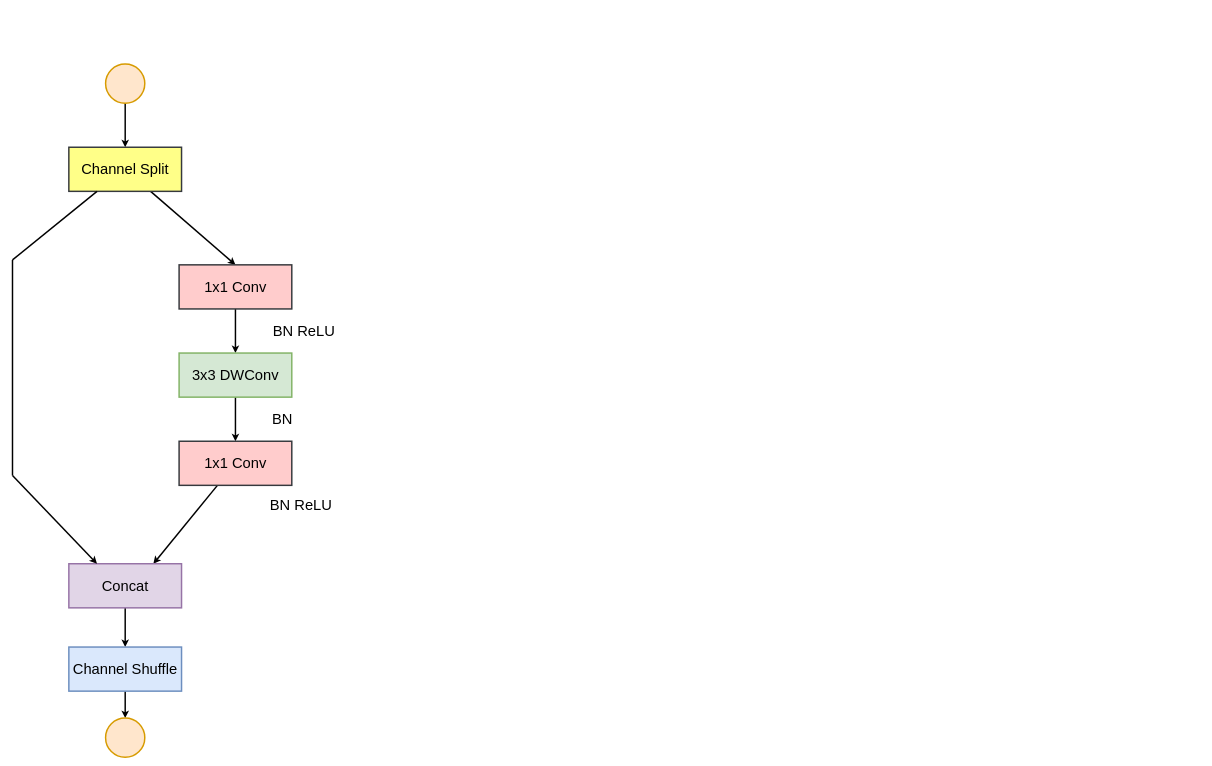
Before: page "Page-5" (5 of 7) of chapter_sota/assets/depthwise_separable_conv.drawio in N0ciple/latex-these, a draw.io diagram. Source tidied: cells renumbered, new cells numbered last; positions are measured from the earlier drawing's top-left corner, leaving out a move shared by most shapes. Both pictures are drawn from the tidied source at 49%, with x=0, y=0 at pixel (12, 64).
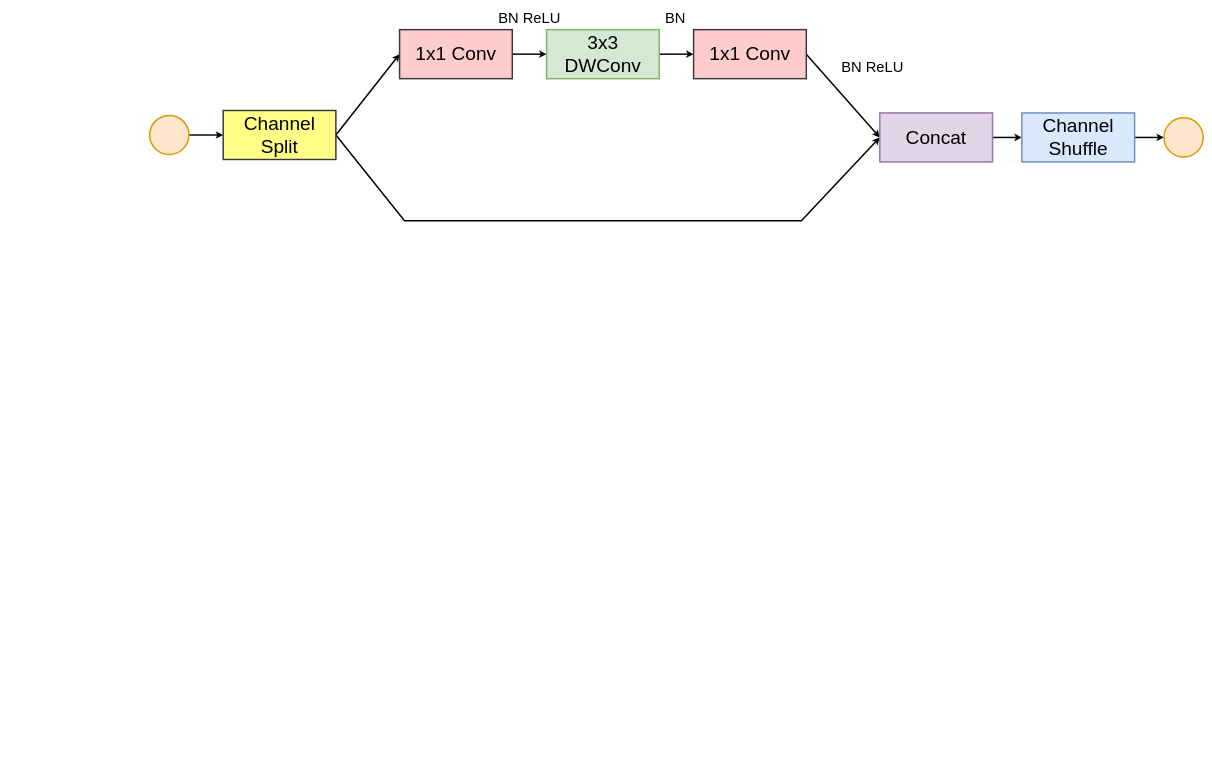
After the change.

The edit, as a diff of the source:
```diff
@@
-    <mxCell id="2" style="edgeStyle=orthogonalEdgeStyle;rounded=0;jettySize=auto;html=1;entryX=0.5;entryY=0;entryDx=0;entryDy=0;strokeWidth=3;" parent="1" edge="1" source="3" target="5">
+    <mxCell id="2" style="edgeStyle=orthogonalEdgeStyle;rounded=0;jettySize=auto;html=1;entryX=0;entryY=0.5;entryDx=0;entryDy=0;strokeWidth=3;" parent="1" edge="1" source="3" target="5">
       <mxGeometry relative="1" as="geometry" />
     </mxCell>
     <mxCell id="3" style="ellipse;whiteSpace=wrap;html=1;strokeWidth=3;fillColor=#ffe6cc;strokeColor=#d79b00;" parent="1" vertex="1">
-      <mxGeometry x="190" width="80" height="80" as="geometry" />
+      <mxGeometry x="280" y="105" width="80" height="80" as="geometry" />
     </mxCell>
-    <mxCell id="4" style="rounded=0;jettySize=auto;html=1;entryX=0.5;entryY=0;entryDx=0;entryDy=0;strokeWidth=3;" parent="1" edge="1" source="5" target="7">
+    <mxCell id="4" style="rounded=0;jettySize=auto;html=1;entryX=0;entryY=0.5;entryDx=0;entryDy=0;strokeWidth=3;exitX=1;exitY=0.5;exitDx=0;exitDy=0;" parent="1" edge="1" source="5" target="7">
       <mxGeometry relative="1" as="geometry" />
     </mxCell>
+    <mxCell id="23" style="rounded=0;jettySize=auto;html=1;entryX=0;entryY=0.5;entryDx=0;entryDy=0;exitX=1;exitY=0.5;exitDx=0;exitDy=0;strokeWidth=3;" parent="1" edge="1" source="5" target="13">
+      <mxGeometry relative="1" as="geometry">
+        <Array as="points">
+          <mxPoint x="800" y="320" />
+          <mxPoint x="1610" y="320" />
+        </Array>
+      </mxGeometry>
+    </mxCell>
-    <mxCell id="5" value="&lt;font style=&quot;font-size: 30px;&quot;&gt;Channel Split&lt;/font&gt;" style="rounded=0;whiteSpace=wrap;html=1;strokeWidth=3;fillColor=#ffff88;strokeColor=#36393d;" parent="1" vertex="1">
-      <mxGeometry x="115" y="170" width="230" height="90" as="geometry" />
+    <mxCell id="5" value="&lt;font style=&quot;font-size: 39px;&quot;&gt;Channel Split&lt;/font&gt;" style="rounded=0;whiteSpace=wrap;html=1;strokeWidth=3;fillColor=#ffff88;strokeColor=#36393d;fontSize=39;" parent="1" vertex="1">
+      <mxGeometry x="430" y="95" width="230" height="100" as="geometry" />
     </mxCell>
-    <mxCell id="6" style="edgeStyle=orthogonalEdgeStyle;rounded=0;jettySize=auto;html=1;strokeWidth=3;" parent="1" edge="1" source="7" target="9">
+    <mxCell id="6" style="edgeStyle=orthogonalEdgeStyle;rounded=0;jettySize=auto;html=1;strokeWidth=3;exitX=1;exitY=0.5;exitDx=0;exitDy=0;entryX=0;entryY=0.5;entryDx=0;entryDy=0;" parent="1" edge="1" source="7" target="9">
       <mxGeometry relative="1" as="geometry" />
     </mxCell>
-    <mxCell id="7" value="&lt;font style=&quot;font-size: 30px;&quot;&gt;1x1 Conv&lt;/font&gt;" style="rounded=0;whiteSpace=wrap;html=1;strokeWidth=3;fillColor=#ffcccc;strokeColor=#36393d;" parent="1" vertex="1">
-      <mxGeometry x="340" y="410" width="230" height="90" as="geometry" />
+    <mxCell id="7" value="&lt;font style=&quot;font-size: 39px;&quot;&gt;1x1 Conv&lt;/font&gt;" style="rounded=0;whiteSpace=wrap;html=1;strokeWidth=3;fillColor=#ffcccc;strokeColor=#36393d;fontSize=39;" parent="1" vertex="1">
+      <mxGeometry x="790" y="-70" width="230" height="100" as="geometry" />
     </mxCell>
-    <mxCell id="8" style="edgeStyle=orthogonalEdgeStyle;rounded=0;jettySize=auto;html=1;entryX=0.5;entryY=0;entryDx=0;entryDy=0;strokeWidth=3;" parent="1" edge="1" source="9" target="11">
+    <mxCell id="8" style="edgeStyle=orthogonalEdgeStyle;rounded=0;jettySize=auto;html=1;entryX=0;entryY=0.5;entryDx=0;entryDy=0;strokeWidth=3;exitX=1;exitY=0.5;exitDx=0;exitDy=0;" parent="1" edge="1" source="9" target="11">
       <mxGeometry relative="1" as="geometry" />
     </mxCell>
-    <mxCell id="9" value="&lt;font style=&quot;font-size: 30px;&quot;&gt;3x3 DWConv&lt;/font&gt;" style="rounded=0;whiteSpace=wrap;html=1;strokeWidth=3;fillColor=#d5e8d4;strokeColor=#82b366;" parent="1" vertex="1">
-      <mxGeometry x="340" y="590" width="230" height="90" as="geometry" />
+    <mxCell id="9" value="&lt;font style=&quot;font-size: 39px;&quot;&gt;3x3 DWConv&lt;/font&gt;" style="rounded=0;whiteSpace=wrap;html=1;strokeWidth=3;fillColor=#d5e8d4;strokeColor=#82b366;fontSize=39;" parent="1" vertex="1">
+      <mxGeometry x="1090" y="-70" width="230" height="100" as="geometry" />
     </mxCell>
-    <mxCell id="10" style="rounded=0;jettySize=auto;html=1;strokeWidth=3;entryX=0.75;entryY=0;entryDx=0;entryDy=0;" parent="1" edge="1" source="11" target="13">
+    <mxCell id="10" style="rounded=0;jettySize=auto;html=1;strokeWidth=3;entryX=0;entryY=0.5;entryDx=0;entryDy=0;exitX=1;exitY=0.5;exitDx=0;exitDy=0;" parent="1" edge="1" source="11" target="13">
       <mxGeometry relative="1" as="geometry" />
     </mxCell>
-    <mxCell id="11" value="&lt;font style=&quot;font-size: 30px;&quot;&gt;1x1 Conv&lt;/font&gt;" style="rounded=0;whiteSpace=wrap;html=1;strokeWidth=3;fillColor=#ffcccc;strokeColor=#36393d;" parent="1" vertex="1">
-      <mxGeometry x="340" y="770" width="230" height="90" as="geometry" />
+    <mxCell id="11" value="&lt;font style=&quot;font-size: 39px;&quot;&gt;1x1 Conv&lt;/font&gt;" style="rounded=0;whiteSpace=wrap;html=1;strokeWidth=3;fillColor=#ffcccc;strokeColor=#36393d;fontSize=39;" parent="1" vertex="1">
+      <mxGeometry x="1390" y="-70" width="230" height="100" as="geometry" />
     </mxCell>
@@
-    <mxCell id="13" value="&lt;font style=&quot;font-size: 30px;&quot;&gt;Concat&lt;/font&gt;" style="rounded=0;whiteSpace=wrap;html=1;strokeWidth=3;fillColor=#e1d5e7;strokeColor=#9673a6;" parent="1" vertex="1">
-      <mxGeometry x="115" y="1020" width="230" height="90" as="geometry" />
+    <mxCell id="13" value="&lt;font style=&quot;font-size: 39px;&quot;&gt;Concat&lt;/font&gt;" style="rounded=0;whiteSpace=wrap;html=1;strokeWidth=3;fillColor=#e1d5e7;strokeColor=#9673a6;fontSize=39;" parent="1" vertex="1">
+      <mxGeometry x="1770" y="100" width="230" height="100" as="geometry" />
     </mxCell>
-    <mxCell id="14" style="endArrow=none;html=1;rounded=0;entryX=0.25;entryY=1;entryDx=0;entryDy=0;strokeWidth=3;" parent="1" edge="1" target="5">
-      <mxGeometry relative="1" as="geometry">
-        <mxPoint y="400" as="sourcePoint" />
-      </mxGeometry>
-    </mxCell>
-    <mxCell id="15" style="endArrow=none;html=1;rounded=0;strokeWidth=3;" parent="1" edge="1">
-      <mxGeometry relative="1" as="geometry">
-        <mxPoint y="840" as="sourcePoint" />
-        <mxPoint y="400" as="targetPoint" />
-      </mxGeometry>
-    </mxCell>
-    <mxCell id="16" style="endArrow=classic;html=1;rounded=0;entryX=0.25;entryY=0;entryDx=0;entryDy=0;strokeWidth=3;endFill=1;" parent="1" edge="1" target="13">
-      <mxGeometry relative="1" as="geometry">
-        <mxPoint y="840" as="sourcePoint" />
-      </mxGeometry>
-    </mxCell>
@@
-    <mxCell id="18" value="&lt;font style=&quot;font-size: 30px;&quot;&gt;Channel Shuffle&lt;/font&gt;" style="whiteSpace=wrap;html=1;rounded=0;strokeWidth=3;fillColor=#dae8fc;strokeColor=#6c8ebf;" parent="1" vertex="1">
-      <mxGeometry x="115" y="1190" width="230" height="90" as="geometry" />
+    <mxCell id="18" value="&lt;font style=&quot;font-size: 39px;&quot;&gt;Channel Shuffle&lt;/font&gt;" style="whiteSpace=wrap;html=1;rounded=0;strokeWidth=3;fillColor=#dae8fc;strokeColor=#6c8ebf;fontSize=39;" parent="1" vertex="1">
+      <mxGeometry x="2060" y="100" width="230" height="100" as="geometry" />
     </mxCell>
     <mxCell id="19" style="ellipse;whiteSpace=wrap;html=1;rounded=0;strokeWidth=3;fillColor=#ffe6cc;strokeColor=#d79b00;" parent="1" vertex="1">
-      <mxGeometry x="190" y="1335" width="80" height="80" as="geometry" />
+      <mxGeometry x="2350" y="110" width="80" height="80" as="geometry" />
     </mxCell>
-    <mxCell id="20" value="&lt;font style=&quot;font-size: 30px;&quot;&gt;BN ReLU&lt;/font&gt;" style="text;html=1;strokeColor=none;fillColor=none;align=center;verticalAlign=middle;whiteSpace=wrap;rounded=0;" parent="1" vertex="1">
-      <mxGeometry x="520" y="530" width="150" height="30" as="geometry" />
+    <mxCell id="20" value="&lt;font style=&quot;font-size: 30px;&quot;&gt;BN ReLU&lt;/font&gt;" style="text;html=1;strokeColor=none;fillColor=none;align=center;verticalAlign=middle;whiteSpace=wrap;rounded=0;fontSize=30;" parent="1" vertex="1">
+      <mxGeometry x="980" y="-110" width="150" height="30" as="geometry" />
     </mxCell>
-    <mxCell id="21" value="&lt;font style=&quot;font-size: 30px;&quot;&gt;BN ReLU&lt;/font&gt;" style="text;html=1;strokeColor=none;fillColor=none;align=center;verticalAlign=middle;whiteSpace=wrap;rounded=0;" parent="1" vertex="1">
-      <mxGeometry x="514" y="884" width="150" height="30" as="geometry" />
+    <mxCell id="21" value="&lt;font style=&quot;font-size: 30px;&quot;&gt;BN ReLU&lt;/font&gt;" style="text;html=1;strokeColor=none;fillColor=none;align=center;verticalAlign=middle;whiteSpace=wrap;rounded=0;fontSize=30;" parent="1" vertex="1">
+      <mxGeometry x="1680" y="-10" width="150" height="30" as="geometry" />
     </mxCell>
-    <mxCell id="22" value="&lt;font style=&quot;font-size: 30px;&quot;&gt;BN&lt;/font&gt;" style="text;html=1;strokeColor=none;fillColor=none;align=center;verticalAlign=middle;whiteSpace=wrap;rounded=0;" parent="1" vertex="1">
-      <mxGeometry x="478" y="710" width="146" height="30" as="geometry" />
+    <mxCell id="22" value="&lt;font style=&quot;font-size: 30px;&quot;&gt;BN&lt;/font&gt;" style="text;html=1;strokeColor=none;fillColor=none;align=center;verticalAlign=middle;whiteSpace=wrap;rounded=0;fontSize=30;" parent="1" vertex="1">
+      <mxGeometry x="1280" y="-110" width="146" height="30" as="geometry" />
     </mxCell>
```
